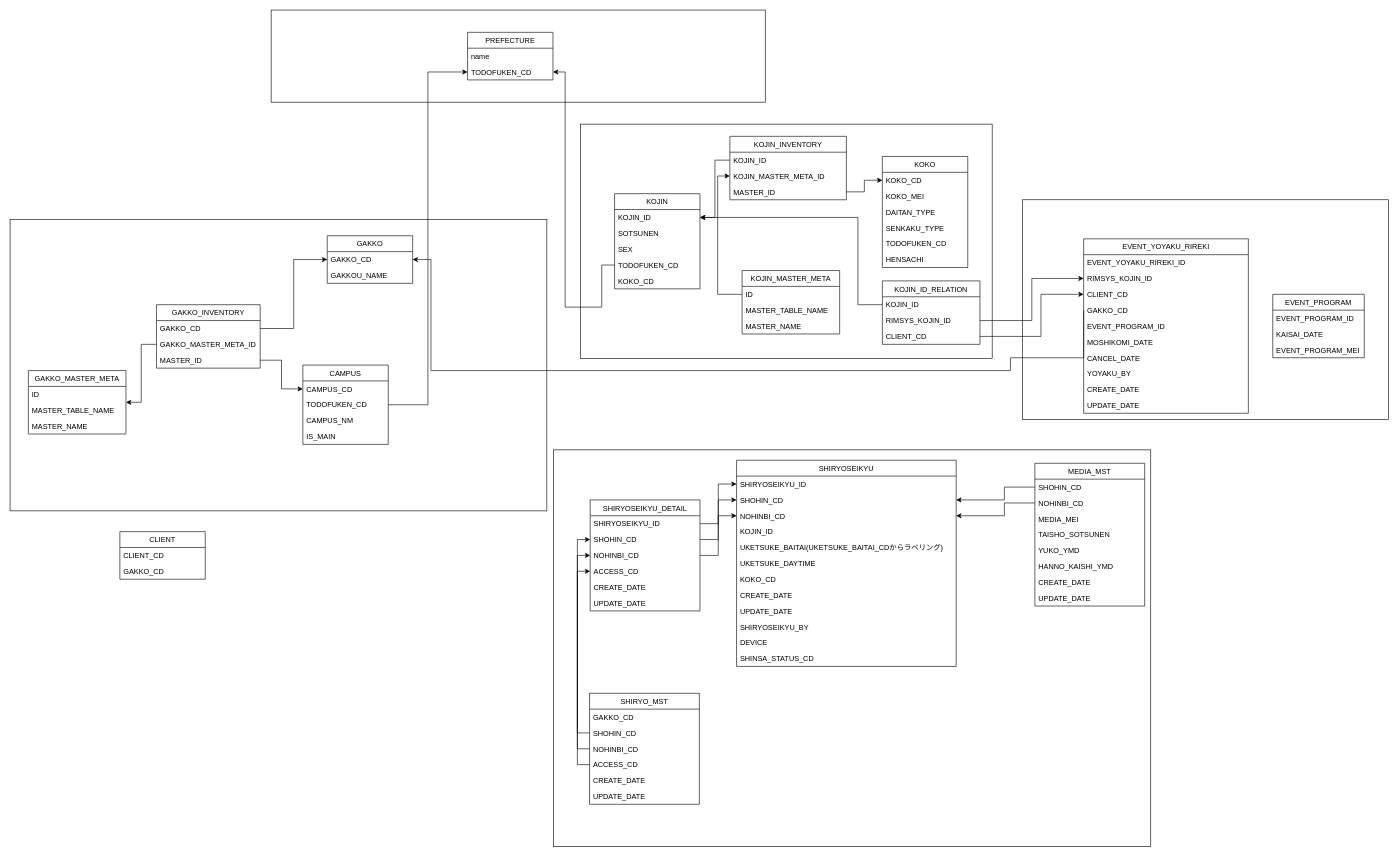
Before: page "Page-9" (9 of 9) of learning bloc.drawio in newuniverse/diagrams, a draw.io diagram. Source tidied: cells renumbered, new cells numbered last; positions are measured from the earlier drawing's top-left corner, leaving out a move shared by most shapes. Both pictures are drawn from the tidied source at 61%, with x=0, y=0 at pixel (10, 10).
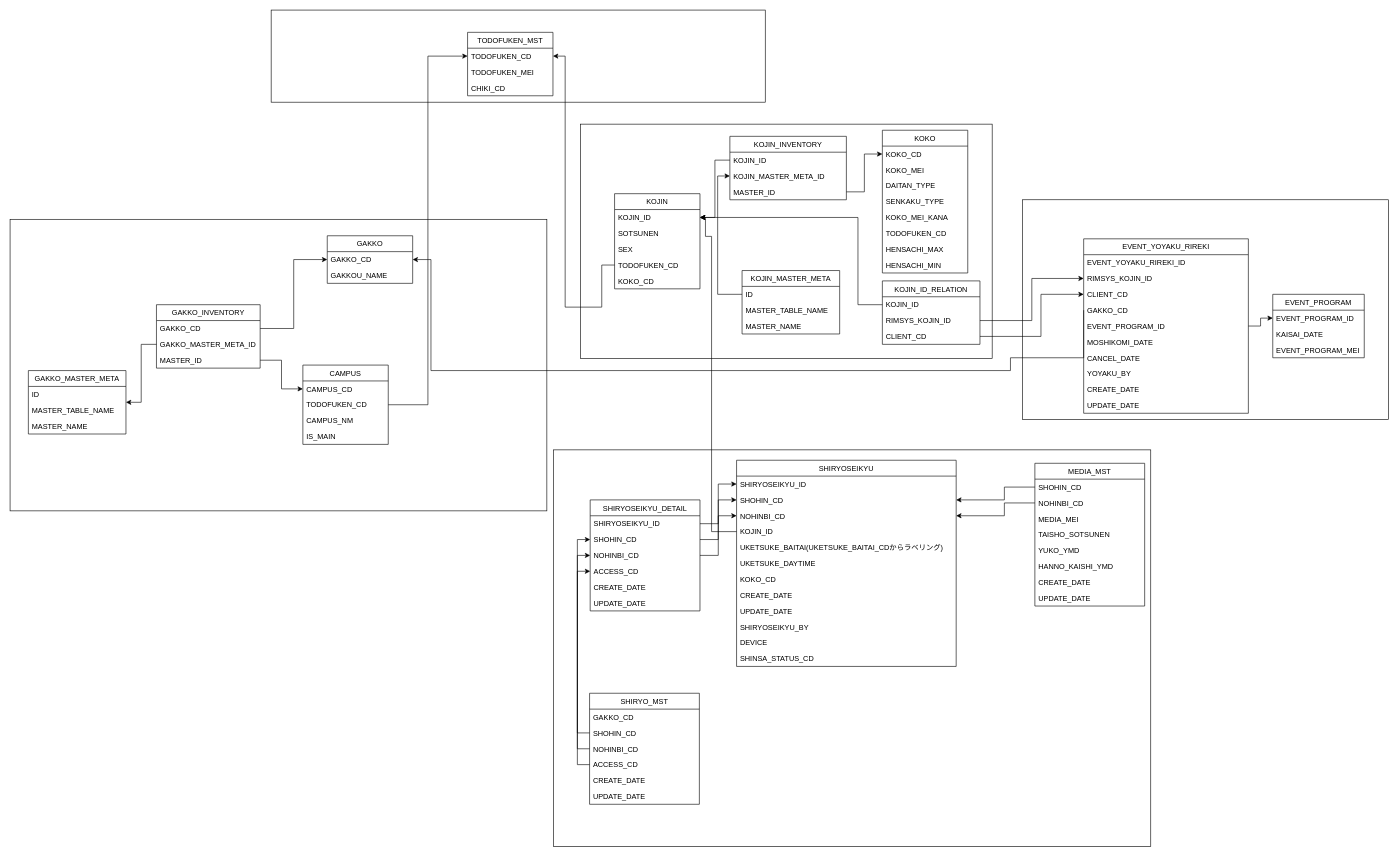
Above is the later version.

The change refers to these unchanged cells:
```xml
<mxCell id="20" value="KOJIN_ID" style="text;strokeColor=none;fillColor=none;align=left;verticalAlign=top;spacingLeft=4;spacingRight=4;overflow=hidden;points=[[0,0.5],[1,0.5]];portConstraint=eastwest;" parent="19" vertex="1">
  <mxGeometry y="26" width="140" height="26" as="geometry" />
</mxCell>
<mxCell id="23" value="TODOFUKEN_CD" style="text;strokeColor=none;fillColor=none;align=left;verticalAlign=top;spacingLeft=4;spacingRight=4;overflow=hidden;points=[[0,0.5],[1,0.5]];portConstraint=eastwest;" parent="19" vertex="1">
  <mxGeometry y="104" width="140" height="26" as="geometry" />
</mxCell>
<mxCell id="37" value="KOJIN_ID" style="text;strokeColor=none;fillColor=none;align=left;verticalAlign=top;spacingLeft=4;spacingRight=4;overflow=hidden;points=[[0,0.5],[1,0.5]];portConstraint=eastwest;" parent="33" vertex="1">
  <mxGeometry y="104" width="360" height="26" as="geometry" />
</mxCell>
<mxCell id="83" value="EVENT_PROGRAM_ID" style="text;strokeColor=none;fillColor=none;align=left;verticalAlign=top;spacingLeft=4;spacingRight=4;overflow=hidden;points=[[0,0.5],[1,0.5]];portConstraint=eastwest;" parent="78" vertex="1">
  <mxGeometry y="130" width="270" height="26" as="geometry" />
</mxCell>
<mxCell id="90" value="EVENT_PROGRAM_ID" style="text;strokeColor=none;fillColor=none;align=left;verticalAlign=top;spacingLeft=4;spacingRight=4;overflow=hidden;points=[[0,0.5],[1,0.5]];portConstraint=eastwest;" parent="89" vertex="1">
  <mxGeometry y="26" width="150" height="26" as="geometry" />
</mxCell>
```

What changed in the source:
```diff
@@
-    <mxCell id="10" value="PREFECTURE" style="swimlane;fontStyle=0;horizontal=1;startSize=26;fillColor=none;" parent="1" vertex="1">
-      <mxGeometry x="750" y="36.5" width="140" height="78" as="geometry" />
+    <mxCell id="10" value="TODOFUKEN_MST" style="swimlane;fontStyle=0;horizontal=1;startSize=26;fillColor=none;" parent="1" vertex="1">
+      <mxGeometry x="750" y="36.5" width="140" height="104" as="geometry" />
     </mxCell>
+    <mxCell id="12" value="TODOFUKEN_CD" style="text;strokeColor=none;fillColor=none;align=left;verticalAlign=top;spacingLeft=4;spacingRight=4;overflow=hidden;points=[[0,0.5],[1,0.5]];portConstraint=eastwest;" parent="10" vertex="1">
+      <mxGeometry y="26" width="140" height="26" as="geometry" />
+    </mxCell>
-    <mxCell id="11" value="name" style="text;strokeColor=none;fillColor=none;align=left;verticalAlign=top;spacingLeft=4;spacingRight=4;overflow=hidden;" parent="10" vertex="1">
-      <mxGeometry y="26" width="140" height="26" as="geometry" />
+    <mxCell id="11" value="TODOFUKEN_MEI" style="text;strokeColor=none;fillColor=none;align=left;verticalAlign=top;spacingLeft=4;spacingRight=4;overflow=hidden;" parent="10" vertex="1">
+      <mxGeometry y="52" width="140" height="26" as="geometry" />
     </mxCell>
-    <mxCell id="12" value="TODOFUKEN_CD" style="text;strokeColor=none;fillColor=none;align=left;verticalAlign=top;spacingLeft=4;spacingRight=4;overflow=hidden;points=[[0,0.5],[1,0.5]];portConstraint=eastwest;" parent="10" vertex="1">
-      <mxGeometry y="52" width="140" height="26" as="geometry" />
-    </mxCell>
+    <mxCell id="125" value="CHIKI_CD" style="text;strokeColor=none;fillColor=none;align=left;verticalAlign=top;spacingLeft=4;spacingRight=4;overflow=hidden;" parent="10" vertex="1">
+      <mxGeometry y="78" width="140" height="26" as="geometry" />
+    </mxCell>
@@
     <mxCell id="25" value="KOKO" style="swimlane;fontStyle=0;horizontal=1;startSize=26;fillColor=none;" parent="1" vertex="1">
-      <mxGeometry x="1430" y="240" width="140" height="182" as="geometry" />
+      <mxGeometry x="1430" y="197" width="140" height="234" as="geometry" />
     </mxCell>
@@
+    <mxCell id="126" value="KOKO_MEI_KANA" style="text;strokeColor=none;fillColor=none;align=left;verticalAlign=top;spacingLeft=4;spacingRight=4;overflow=hidden;" parent="25" vertex="1">
+      <mxGeometry y="130" width="140" height="26" as="geometry" />
+    </mxCell>
     <mxCell id="30" value="TODOFUKEN_CD" style="text;strokeColor=none;fillColor=none;align=left;verticalAlign=top;spacingLeft=4;spacingRight=4;overflow=hidden;" parent="25" vertex="1">
-      <mxGeometry y="130" width="140" height="26" as="geometry" />
+      <mxGeometry y="156" width="140" height="26" as="geometry" />
     </mxCell>
-    <mxCell id="31" value="HENSACHI" style="text;strokeColor=none;fillColor=none;align=left;verticalAlign=top;spacingLeft=4;spacingRight=4;overflow=hidden;" parent="25" vertex="1">
-      <mxGeometry y="156" width="140" height="26" as="geometry" />
+    <mxCell id="31" value="HENSACHI_MAX" style="text;strokeColor=none;fillColor=none;align=left;verticalAlign=top;spacingLeft=4;spacingRight=4;overflow=hidden;" parent="25" vertex="1">
+      <mxGeometry y="182" width="140" height="26" as="geometry" />
     </mxCell>
+    <mxCell id="127" value="HENSACHI_MIN" style="text;strokeColor=none;fillColor=none;align=left;verticalAlign=top;spacingLeft=4;spacingRight=4;overflow=hidden;" parent="25" vertex="1">
+      <mxGeometry y="208" width="140" height="26" as="geometry" />
+    </mxCell>
     <mxCell id="32" style="edgeStyle=orthogonalEdgeStyle;rounded=0;jettySize=auto;html=1;exitX=0;exitY=0.5;exitDx=0;exitDy=0;entryX=1;entryY=0.5;entryDx=0;entryDy=0;" parent="1" edge="1" source="23" target="12">
       <mxGeometry relative="1" as="geometry">
         <Array as="points">
+          <mxPoint x="970" y="418" />
           <mxPoint x="970" y="487" />
           <mxPoint x="910" y="487" />
-          <mxPoint x="910" y="102" />
+          <mxPoint x="910" y="76" />
         </Array>
       </mxGeometry>
     </mxCell>
@@
-    <mxCell id="75" value="CLIENT" style="swimlane;fontStyle=0;horizontal=1;startSize=26;fillColor=none;" parent="1" vertex="1">
-      <mxGeometry x="180" y="855" width="140" height="78" as="geometry" />
-    </mxCell>
-    <mxCell id="76" value="CLIENT_CD" style="text;strokeColor=none;fillColor=none;align=left;verticalAlign=top;spacingLeft=4;spacingRight=4;overflow=hidden;" parent="75" vertex="1">
-      <mxGeometry y="26" width="140" height="26" as="geometry" />
-    </mxCell>
-    <mxCell id="77" value="GAKKO_CD" style="text;strokeColor=none;fillColor=none;align=left;verticalAlign=top;spacingLeft=4;spacingRight=4;overflow=hidden;" parent="75" vertex="1">
-      <mxGeometry y="52" width="140" height="26" as="geometry" />
-    </mxCell>
@@
+    <mxCell id="128" style="edgeStyle=orthogonalEdgeStyle;rounded=0;jettySize=auto;html=1;exitX=1;exitY=0.5;exitDx=0;exitDy=0;entryX=0;entryY=0.5;entryDx=0;entryDy=0;" parent="1" edge="1" source="83" target="90">
+      <mxGeometry relative="1" as="geometry" />
+    </mxCell>
+    <mxCell id="129" style="edgeStyle=orthogonalEdgeStyle;rounded=0;jettySize=auto;html=1;exitX=0;exitY=0.5;exitDx=0;exitDy=0;entryX=1;entryY=0.5;entryDx=0;entryDy=0;" parent="1" edge="1" source="37" target="20">
+      <mxGeometry relative="1" as="geometry">
+        <Array as="points">
+          <mxPoint x="1150" y="855" />
+          <mxPoint x="1150" y="371" />
+          <mxPoint x="1140" y="371" />
+          <mxPoint x="1140" y="340" />
+        </Array>
+      </mxGeometry>
+    </mxCell>
```
